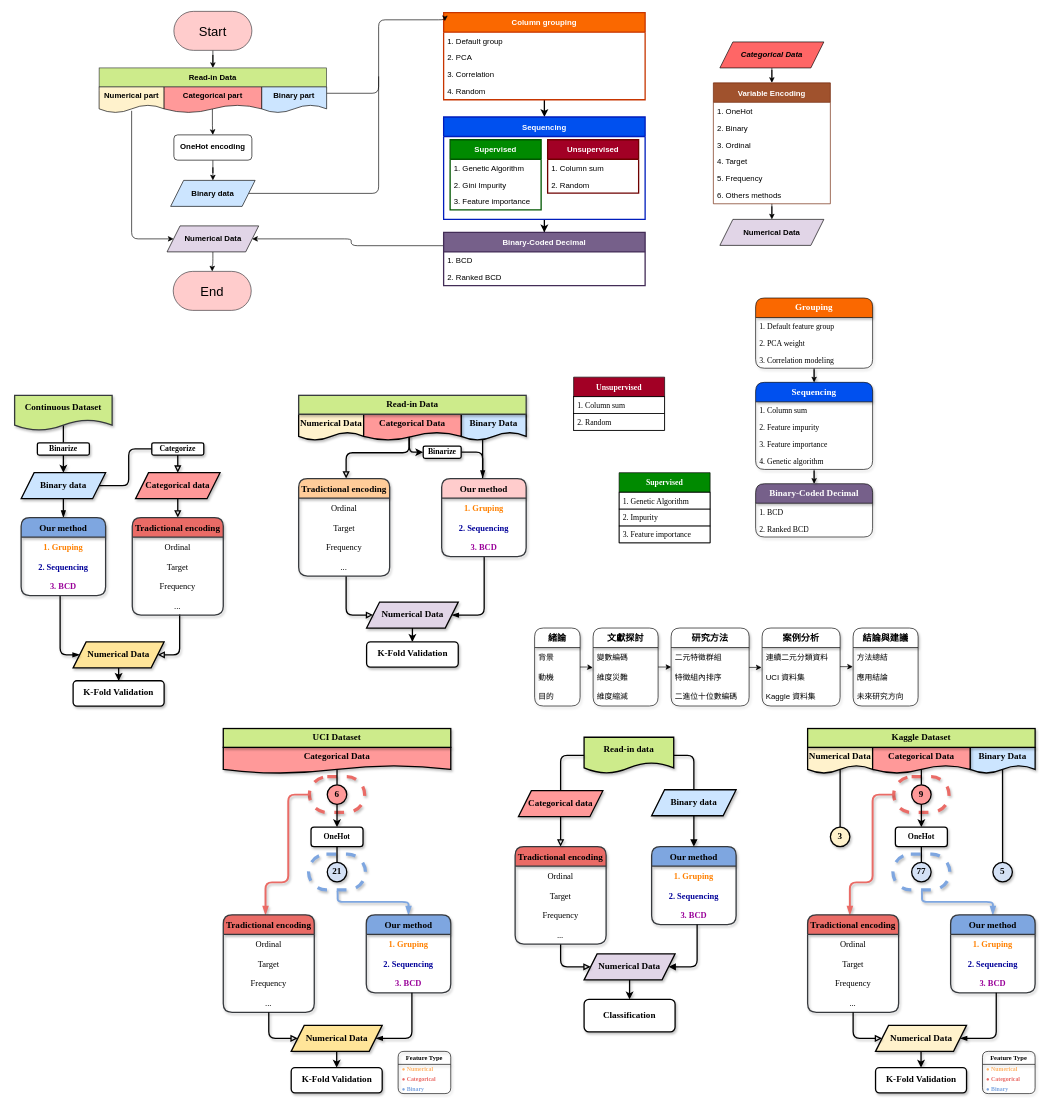
The draw.io diagram draw io/binary data encoding.drawio in R64825/NTUIIE-Research, before the edit. Source tidied: cells renumbered, new cells numbered last; positions are measured from the earlier drawing's top-left corner, leaving out a move shared by most shapes. Both pictures are drawn from the tidied source at 65%, with x=0, y=0 at pixel (14, 11).
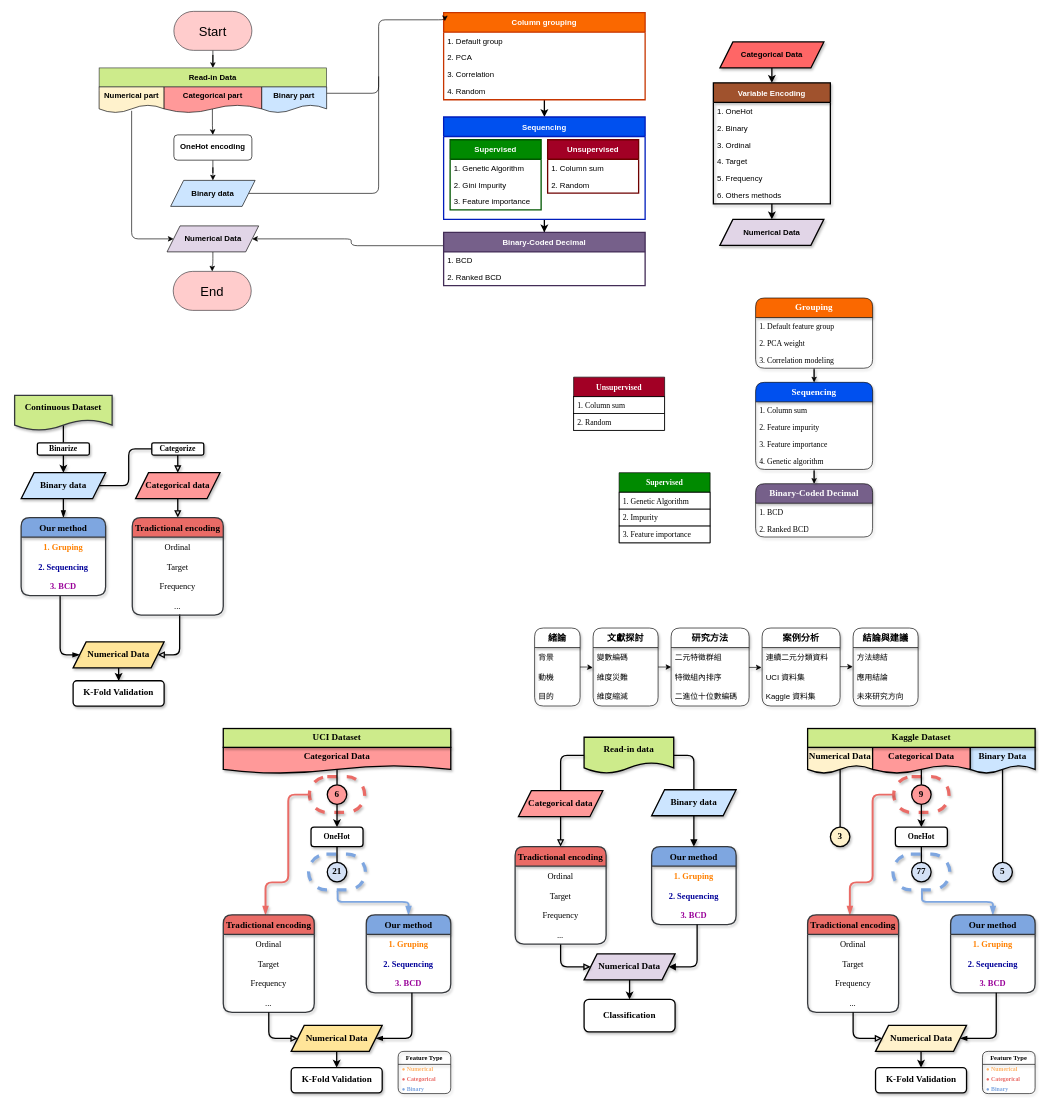
The same diagram, later.

Diff of the diagram source:
```diff
@@
-    <mxCell id="38" style="edgeStyle=orthogonalEdgeStyle;rounded=0;jettySize=auto;html=1;" parent="1" edge="1" source="39" target="47">
+    <mxCell id="38" style="edgeStyle=orthogonalEdgeStyle;rounded=0;jettySize=auto;html=1;strokeWidth=2;shadow=1;fontFamily=Helvetica;" parent="1" edge="1" source="39" target="47">
       <mxGeometry relative="1" as="geometry" />
     </mxCell>
-    <mxCell id="39" value="Categorical Data" style="shape=parallelogram;perimeter=parallelogramPerimeter;whiteSpace=wrap;html=1;fixedSize=1;fillColor=#FF6666;fontStyle=3;" parent="1" vertex="1">
+    <mxCell id="39" value="Categorical Data" style="shape=parallelogram;perimeter=parallelogramPerimeter;whiteSpace=wrap;html=1;fixedSize=1;fillColor=#FF6666;fontStyle=1;strokeWidth=2;shadow=1;fontFamily=Helvetica;" parent="1" vertex="1">
       <mxGeometry x="1085" y="47" width="160" height="40" as="geometry" />
     </mxCell>
@@
-    <mxCell id="46" style="edgeStyle=orthogonalEdgeStyle;rounded=0;jettySize=auto;html=1;" parent="1" edge="1" source="47" target="54">
+    <mxCell id="46" style="edgeStyle=orthogonalEdgeStyle;rounded=0;jettySize=auto;html=1;strokeWidth=2;shadow=1;fontFamily=Helvetica;" parent="1" edge="1" source="47" target="54">
       <mxGeometry relative="1" as="geometry" />
     </mxCell>
-    <mxCell id="47" value="Variable Encoding" style="swimlane;fontStyle=1;horizontal=1;startSize=30;fillColor=#a0522d;strokeColor=#6D1F00;fontColor=#ffffff;" parent="1" vertex="1">
+    <mxCell id="47" value="Variable Encoding" style="swimlane;fontStyle=1;horizontal=1;startSize=30;fillColor=#a0522d;strokeColor=#000000;fontColor=#ffffff;strokeWidth=2;shadow=1;fontFamily=Helvetica;" parent="1" vertex="1">
       <mxGeometry x="1075" y="110" width="180" height="186" as="geometry" />
     </mxCell>
-    <mxCell id="48" value="1. OneHot " style="text;strokeColor=none;fillColor=none;align=left;verticalAlign=top;spacingLeft=4;spacingRight=4;overflow=hidden;" parent="47" vertex="1">
+    <mxCell id="48" value="1. OneHot " style="text;strokeColor=none;fillColor=none;align=left;verticalAlign=top;spacingLeft=4;spacingRight=4;overflow=hidden;strokeWidth=2;shadow=1;fontFamily=Helvetica;" parent="47" vertex="1">
       <mxGeometry y="30" width="180" height="26" as="geometry" />
     </mxCell>
-    <mxCell id="49" value="2. Binary" style="text;strokeColor=none;fillColor=none;align=left;verticalAlign=top;spacingLeft=4;spacingRight=4;overflow=hidden;" parent="47" vertex="1">
+    <mxCell id="49" value="2. Binary" style="text;strokeColor=none;fillColor=none;align=left;verticalAlign=top;spacingLeft=4;spacingRight=4;overflow=hidden;strokeWidth=2;shadow=1;fontFamily=Helvetica;" parent="47" vertex="1">
       <mxGeometry y="56" width="180" height="26" as="geometry" />
     </mxCell>
-    <mxCell id="50" value="3. Ordinal" style="text;strokeColor=none;fillColor=none;align=left;verticalAlign=top;spacingLeft=4;spacingRight=4;overflow=hidden;" parent="47" vertex="1">
+    <mxCell id="50" value="3. Ordinal" style="text;strokeColor=none;fillColor=none;align=left;verticalAlign=top;spacingLeft=4;spacingRight=4;overflow=hidden;strokeWidth=2;shadow=1;fontFamily=Helvetica;" parent="47" vertex="1">
       <mxGeometry y="82" width="180" height="26" as="geometry" />
     </mxCell>
-    <mxCell id="51" value="4. Target" style="text;strokeColor=none;fillColor=none;align=left;verticalAlign=top;spacingLeft=4;spacingRight=4;overflow=hidden;" parent="47" vertex="1">
+    <mxCell id="51" value="4. Target" style="text;strokeColor=none;fillColor=none;align=left;verticalAlign=top;spacingLeft=4;spacingRight=4;overflow=hidden;strokeWidth=2;shadow=1;fontFamily=Helvetica;" parent="47" vertex="1">
       <mxGeometry y="108" width="180" height="26" as="geometry" />
     </mxCell>
-    <mxCell id="52" value="5. Frequency" style="text;strokeColor=none;fillColor=none;align=left;verticalAlign=top;spacingLeft=4;spacingRight=4;overflow=hidden;" parent="47" vertex="1">
+    <mxCell id="52" value="5. Frequency" style="text;strokeColor=none;fillColor=none;align=left;verticalAlign=top;spacingLeft=4;spacingRight=4;overflow=hidden;strokeWidth=2;shadow=1;fontFamily=Helvetica;" parent="47" vertex="1">
       <mxGeometry y="134" width="180" height="26" as="geometry" />
     </mxCell>
-    <mxCell id="53" value="6. Others methods" style="text;strokeColor=none;fillColor=none;align=left;verticalAlign=top;spacingLeft=4;spacingRight=4;overflow=hidden;" parent="47" vertex="1">
+    <mxCell id="53" value="6. Others methods" style="text;strokeColor=none;fillColor=none;align=left;verticalAlign=top;spacingLeft=4;spacingRight=4;overflow=hidden;strokeWidth=2;shadow=1;fontFamily=Helvetica;" parent="47" vertex="1">
       <mxGeometry y="160" width="180" height="26" as="geometry" />
     </mxCell>
-    <mxCell id="54" value="&lt;span style=&quot;font-style: normal; text-align: left;&quot;&gt;Numerical Data&lt;/span&gt;" style="shape=parallelogram;perimeter=parallelogramPerimeter;whiteSpace=wrap;html=1;fixedSize=1;fillColor=#e1d5e7;fontStyle=3;strokeColor=#000000;" parent="1" vertex="1">
+    <mxCell id="54" value="&lt;span style=&quot;font-style: normal; text-align: left;&quot;&gt;Numerical Data&lt;/span&gt;" style="shape=parallelogram;perimeter=parallelogramPerimeter;whiteSpace=wrap;html=1;fixedSize=1;fillColor=#e1d5e7;fontStyle=3;strokeColor=#000000;strokeWidth=2;shadow=1;fontFamily=Helvetica;" parent="1" vertex="1">
       <mxGeometry x="1085" y="320" width="160" height="40" as="geometry" />
     </mxCell>
@@
-    <mxCell id="73" value="&lt;b style=&quot;font-size: 14px;&quot;&gt;Numerical Data&lt;/b&gt;" style="shape=document;whiteSpace=wrap;html=1;boundedLbl=1;fontFamily=Times New Roman;fontSize=14;fontColor=default;align=center;strokeColor=#000000;fillColor=#fff2cc;strokeWidth=2;shadow=1;" parent="1" vertex="1">
-      <mxGeometry x="437" y="619.7" width="100" height="40" as="geometry" />
-    </mxCell>
-    <mxCell id="74" style="edgeStyle=orthogonalEdgeStyle;jettySize=auto;html=1;exitX=1;exitY=0.5;exitDx=0;exitDy=0;fontColor=#000000;strokeColor=#000000;strokeWidth=2;sketch=0;shadow=1;rounded=1;endArrow=none;endFill=0;fontSize=13;fontFamily=Times New Roman;" parent="1" edge="1" source="75">
-      <mxGeometry relative="1" as="geometry">
-        <mxPoint x="720" y="720" as="targetPoint" />
-        <Array as="points">
-          <mxPoint x="720" y="640" />
-          <mxPoint x="720" y="719" />
-        </Array>
-      </mxGeometry>
-    </mxCell>
-    <mxCell id="75" value="&lt;b style=&quot;font-size: 14px;&quot;&gt;Binary Data&lt;/b&gt;" style="shape=document;whiteSpace=wrap;html=1;boundedLbl=1;fontFamily=Times New Roman;fontSize=14;fontColor=default;align=center;strokeColor=default;fillColor=#cce5ff;strokeWidth=2;shadow=1;" parent="1" vertex="1">
-      <mxGeometry x="687" y="619.7" width="100" height="40" as="geometry" />
-    </mxCell>
-    <mxCell id="76" style="edgeStyle=orthogonalEdgeStyle;jettySize=auto;html=1;exitX=0.424;exitY=1.029;exitDx=0;exitDy=0;fontColor=#000000;strokeColor=#000000;strokeWidth=2;sketch=0;shadow=1;rounded=1;startArrow=none;startFill=0;endArrow=block;endFill=0;exitPerimeter=0;fontSize=13;fontFamily=Times New Roman;" parent="1" edge="1" source="79" target="159">
-      <mxGeometry relative="1" as="geometry">
-        <Array as="points">
-          <mxPoint x="607" y="621" />
-          <mxPoint x="607" y="679" />
-          <mxPoint x="510" y="679" />
-        </Array>
-      </mxGeometry>
-    </mxCell>
-    <mxCell id="77" style="edgeStyle=orthogonalEdgeStyle;rounded=1;sketch=0;jettySize=auto;html=1;exitX=0.75;exitY=0;exitDx=0;exitDy=0;entryX=0;entryY=0.5;entryDx=0;entryDy=0;shadow=1;labelBorderColor=default;strokeColor=#000000;strokeWidth=2;fontSize=13;fontColor=#000000;startArrow=none;startFill=0;endArrow=classic;endFill=1;fontFamily=Times New Roman;" parent="1" edge="1" source="78" target="85">
-      <mxGeometry relative="1" as="geometry">
-        <Array as="points">
-          <mxPoint x="633" y="619.7" />
-          <mxPoint x="607" y="618.7" />
-          <mxPoint x="607" y="678.7" />
-        </Array>
-      </mxGeometry>
-    </mxCell>
-    <mxCell id="78" value="&lt;b style=&quot;font-size: 14px;&quot;&gt;Categorical Data&lt;/b&gt;" style="shape=document;whiteSpace=wrap;html=1;boundedLbl=1;fontFamily=Times New Roman;fontSize=14;align=center;strokeColor=#000000;fillColor=#FF9999;strokeWidth=2;shadow=1;" parent="1" vertex="1">
-      <mxGeometry x="537" y="619.7" width="150" height="40" as="geometry" />
-    </mxCell>
-    <mxCell id="79" value="Read-in Data" style="rounded=0;whiteSpace=wrap;html=1;strokeColor=#36393d;fillColor=#cdeb8b;fontStyle=1;strokeWidth=2;fontSize=14;fontFamily=Times New Roman;shadow=1;" parent="1" vertex="1">
-      <mxGeometry x="437" y="590.7" width="350" height="29" as="geometry" />
-    </mxCell>
-    <mxCell id="80" style="edgeStyle=orthogonalEdgeStyle;rounded=0;jettySize=auto;html=1;strokeWidth=2;" parent="1" edge="1" source="81" target="189">
-      <mxGeometry relative="1" as="geometry" />
-    </mxCell>
-    <mxCell id="81" value="&lt;span style=&quot;text-align: left; font-size: 14px;&quot;&gt;&lt;span style=&quot;font-style: normal; font-size: 14px;&quot;&gt;Numerical Data&lt;/span&gt;&lt;/span&gt;" style="shape=parallelogram;perimeter=parallelogramPerimeter;whiteSpace=wrap;html=1;fixedSize=1;fillColor=#e1d5e7;fontStyle=3;strokeColor=#000000;strokeWidth=2;fontSize=14;fontFamily=Times New Roman;shadow=1;" parent="1" vertex="1">
-      <mxGeometry x="541.5" y="908.7" width="141" height="40" as="geometry" />
-    </mxCell>
-    <mxCell id="82" style="edgeStyle=orthogonalEdgeStyle;jettySize=auto;html=1;fontColor=#000000;entryX=0;entryY=0.5;entryDx=0;entryDy=0;strokeColor=#000000;strokeWidth=2;sketch=0;shadow=1;rounded=1;startArrow=none;startFill=0;endArrow=block;endFill=0;fontSize=13;fontFamily=Times New Roman;" parent="1" edge="1" source="163" target="81">
-      <mxGeometry relative="1" as="geometry">
-        <Array as="points">
-          <mxPoint x="510" y="929" />
-        </Array>
-      </mxGeometry>
-    </mxCell>
-    <mxCell id="83" style="edgeStyle=orthogonalEdgeStyle;jettySize=auto;html=1;entryX=1;entryY=0.5;entryDx=0;entryDy=0;fontColor=#000000;exitX=0.503;exitY=1.024;exitDx=0;exitDy=0;exitPerimeter=0;strokeColor=#000000;strokeWidth=2;sketch=0;shadow=1;rounded=1;endArrow=blockThin;endFill=1;fontSize=13;fontFamily=Times New Roman;" parent="1" edge="1" source="167" target="81">
-      <mxGeometry relative="1" as="geometry">
-        <Array as="points">
-          <mxPoint x="722" y="929" />
-        </Array>
-      </mxGeometry>
-    </mxCell>
-    <mxCell id="84" style="edgeStyle=orthogonalEdgeStyle;rounded=1;sketch=0;jettySize=auto;html=1;entryX=0.485;entryY=-0.012;entryDx=0;entryDy=0;shadow=1;labelBorderColor=default;strokeColor=#000000;strokeWidth=2;fontSize=13;fontColor=#000000;startArrow=none;startFill=0;endArrow=blockThin;endFill=1;fontFamily=Times New Roman;entryPerimeter=0;" parent="1" edge="1" source="85" target="164">
-      <mxGeometry relative="1" as="geometry">
-        <Array as="points">
-          <mxPoint x="720" y="678" />
-          <mxPoint x="720" y="718" />
-          <mxPoint x="720" y="718" />
-        </Array>
-      </mxGeometry>
-    </mxCell>
-    <mxCell id="85" value="Binarize" style="rounded=1;whiteSpace=wrap;html=1;fontSize=12;glass=0;strokeWidth=2;shadow=1;fontStyle=1;fontFamily=Times New Roman;" parent="1" vertex="1">
-      <mxGeometry x="628.6" y="668.7" width="58.4" height="18.9" as="geometry" />
-    </mxCell>
@@
-    <mxCell id="159" value="Tradictional encoding" style="swimlane;fontStyle=1;horizontal=1;startSize=30;fillColor=#ffcc99;strokeColor=#36393d;strokeWidth=2;fontSize=14;fontFamily=Times New Roman;rounded=1;shadow=1;" parent="1" vertex="1">
-      <mxGeometry x="437" y="718.7" width="140" height="150" as="geometry" />
-    </mxCell>
-    <mxCell id="160" value="Ordinal" style="text;strokeColor=none;fillColor=none;align=center;verticalAlign=middle;spacingLeft=4;spacingRight=4;overflow=hidden;fontColor=#000000;fontSize=13;fontStyle=0;strokeWidth=2;fontFamily=Times New Roman;shadow=1;" parent="159" vertex="1">
-      <mxGeometry y="30" width="140" height="30" as="geometry" />
-    </mxCell>
-    <mxCell id="161" value="Target" style="text;strokeColor=none;fillColor=none;align=center;verticalAlign=middle;spacingLeft=4;spacingRight=4;overflow=hidden;fontColor=#000000;fontSize=13;fontStyle=0;strokeWidth=2;fontFamily=Times New Roman;shadow=1;" parent="159" vertex="1">
-      <mxGeometry y="60" width="140" height="30" as="geometry" />
-    </mxCell>
-    <mxCell id="162" value="Frequency" style="text;strokeColor=none;fillColor=none;align=center;verticalAlign=middle;spacingLeft=4;spacingRight=4;overflow=hidden;fontColor=#000000;fontSize=13;fontStyle=0;strokeWidth=2;fontFamily=Times New Roman;shadow=1;" parent="159" vertex="1">
-      <mxGeometry y="90" width="140" height="30" as="geometry" />
-    </mxCell>
-    <mxCell id="163" value="..." style="text;strokeColor=none;fillColor=none;align=center;verticalAlign=middle;spacingLeft=4;spacingRight=4;overflow=hidden;points=[[0,0.5],[1,0.5]];portConstraint=eastwest;fontColor=#000000;fontSize=13;fontStyle=2;strokeWidth=2;fontFamily=Times New Roman;shadow=1;" parent="159" vertex="1">
-      <mxGeometry y="120" width="140" height="30" as="geometry" />
-    </mxCell>
-    <mxCell id="164" value="Our method" style="swimlane;rounded=1;shadow=1;labelBackgroundColor=none;labelBorderColor=none;strokeColor=#36393d;strokeWidth=2;fontFamily=Times New Roman;fontSize=14;startSize=30;fillColor=#ffcccc;" parent="1" vertex="1">
-      <mxGeometry x="657" y="718.7" width="130" height="120" as="geometry" />
-    </mxCell>
-    <mxCell id="165" value="1. Gruping" style="text;align=center;verticalAlign=middle;spacingLeft=4;spacingRight=4;overflow=hidden;fontSize=13;fontStyle=1;strokeWidth=2;fontFamily=Times New Roman;shadow=1;fontColor=#FF8000;labelBackgroundColor=default;labelBorderColor=none;" parent="164" vertex="1">
-      <mxGeometry y="30" width="130" height="30" as="geometry" />
-    </mxCell>
-    <mxCell id="166" value="2. Sequencing" style="text;strokeColor=none;fillColor=none;align=center;verticalAlign=middle;spacingLeft=4;spacingRight=4;overflow=hidden;fontColor=#000099;fontSize=13;fontStyle=1;strokeWidth=2;fontFamily=Times New Roman;shadow=1;" parent="164" vertex="1">
-      <mxGeometry y="60" width="130" height="30" as="geometry" />
-    </mxCell>
-    <mxCell id="167" value="3. BCD" style="text;strokeColor=none;fillColor=none;align=center;verticalAlign=middle;spacingLeft=4;spacingRight=4;overflow=hidden;points=[[0,0.5],[1,0.5]];portConstraint=eastwest;fontColor=#990099;fontSize=13;fontStyle=1;strokeWidth=2;fontFamily=Times New Roman;shadow=1;" parent="164" vertex="1">
-      <mxGeometry y="90" width="130" height="30" as="geometry" />
-    </mxCell>
@@
-    <mxCell id="189" value="K-Fold Validation" style="rounded=1;whiteSpace=wrap;html=1;fontSize=14;glass=0;strokeWidth=2;shadow=1;fontStyle=1;fontFamily=Times New Roman;" parent="1" vertex="1">
-      <mxGeometry x="541.5" y="970" width="141" height="38.9" as="geometry" />
-    </mxCell>
```
